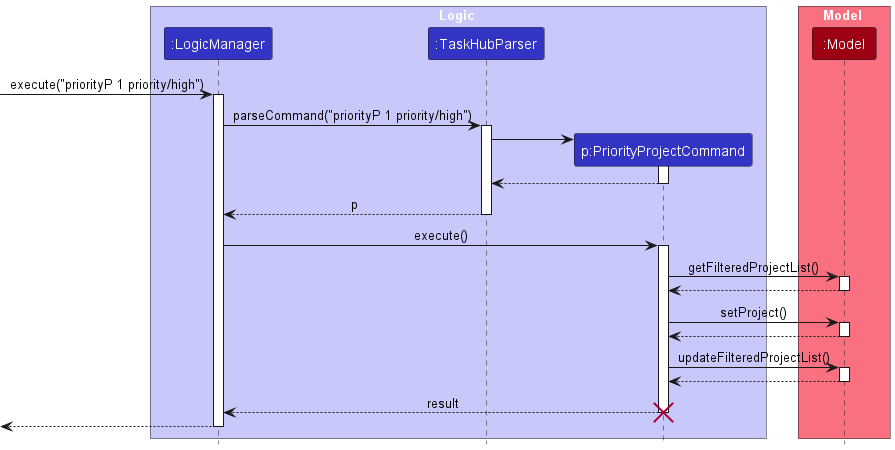
Earlier version of the PlantUML export docs/images/PriorityPSequenceDiagram.png (rayyan35p/tp).
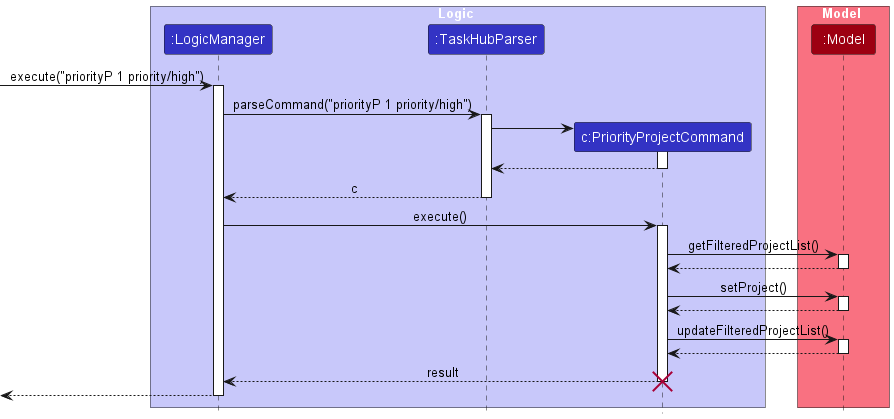
The same diagram one commit later.

Commit message:
Change label to standardise

The edit, as a diff of the source:
```diff
@@ -5,7 +5,7 @@
 box Logic LOGIC_COLOR_T1
 participant ":LogicManager" as LogicManager LOGIC_COLOR
 participant ":TaskHubParser" as TaskHubParser LOGIC_COLOR
-participant "p:PriorityProjectCommand" as PriorityProjectCommand LOGIC_COLOR
+participant "c:PriorityProjectCommand" as PriorityProjectCommand LOGIC_COLOR
 end box
 
 box Model MODEL_COLOR_T1
@@ -24,7 +24,7 @@
 PriorityProjectCommand --> TaskHubParser
 deactivate PriorityProjectCommand
 
-TaskHubParser --> LogicManager : p
+TaskHubParser --> LogicManager : c
 deactivate TaskHubParser
 
 LogicManager -> PriorityProjectCommand : execute()
```
